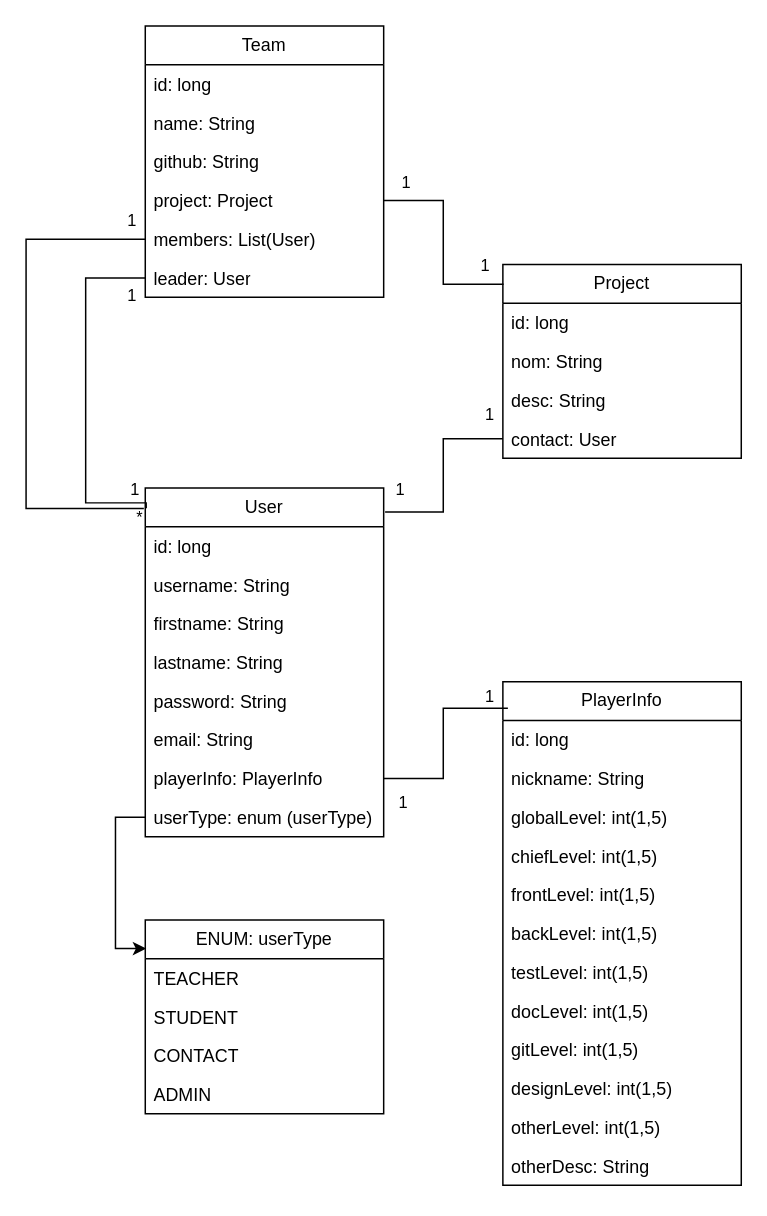
Before: docs/SAE s5 diagrams.drawio in IUT-Blagnac/sae-5-1-01-phase4-cafe-noisette, a draw.io diagram. Source tidied: cells renumbered, new cells numbered last; positions are measured from the earlier drawing's top-left corner, leaving out a move shared by most shapes. Both pictures are drawn from the tidied source at 149%, with x=0, y=0 at pixel (25, 25).
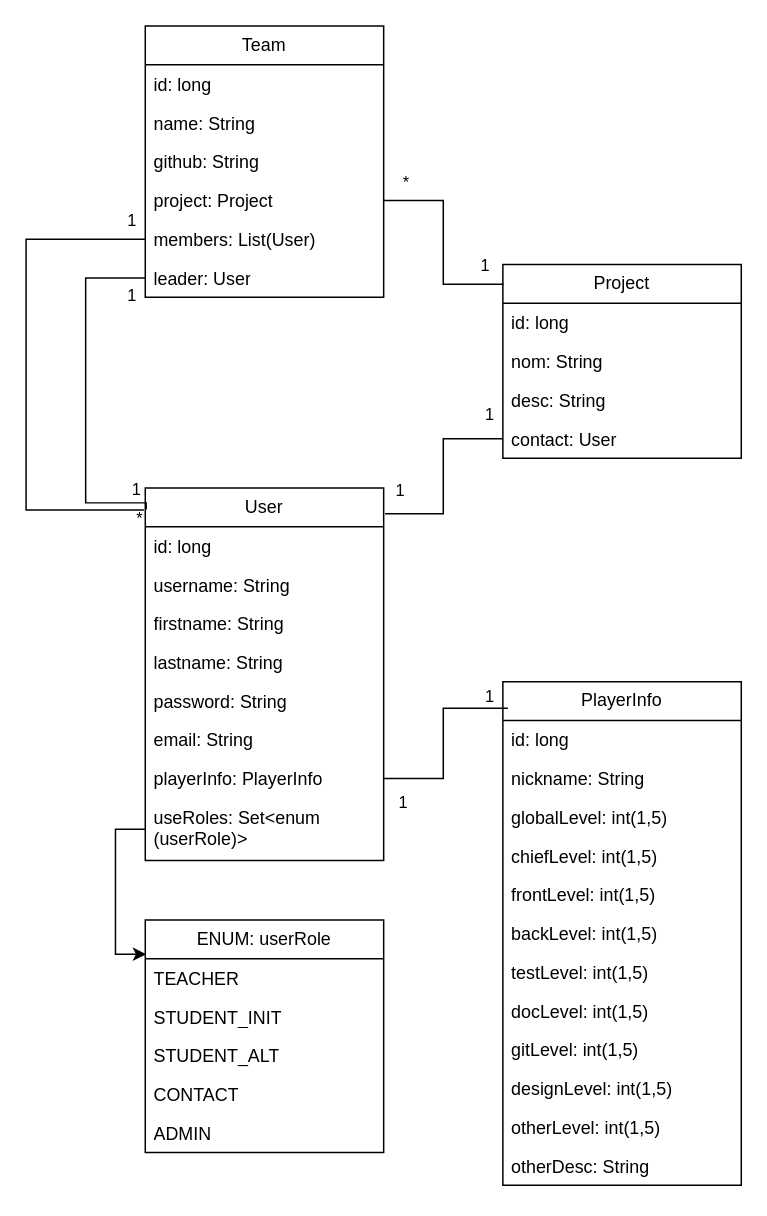
The same page after the edit.

The change refers to these unchanged cells:
```xml
<mxCell id="48" style="edgeStyle=orthogonalEdgeStyle;rounded=0;jettySize=auto;html=1;entryX=0.003;entryY=0.102;entryDx=0;entryDy=0;entryPerimeter=0;endArrow=none;endFill=0;" parent="1" edge="1" source="37" target="40">
  <mxGeometry relative="1" as="geometry" />
</mxCell>
```

The edit, as a diff of the source:
```diff
@@
     <mxCell id="2" value="User" style="swimlane;fontStyle=0;horizontal=1;startSize=26;fillColor=none;whiteSpace=wrap;html=1;" parent="1" vertex="1">
-      <mxGeometry x="80" y="310" width="160" height="234" as="geometry" />
+      <mxGeometry x="80" y="310" width="160" height="250" as="geometry" />
     </mxCell>
@@
-    <mxCell id="10" value="userType: enum (userType)" style="text;strokeColor=none;fillColor=none;align=left;verticalAlign=top;spacingLeft=4;spacingRight=4;overflow=hidden;points=[[0,0.5],[1,0.5]];portConstraint=eastwest;whiteSpace=wrap;html=1;" parent="2" vertex="1">
-      <mxGeometry y="208" width="160" height="26" as="geometry" />
+    <mxCell id="10" value="useRoles: Set&amp;lt;enum (userRole)&amp;gt;" style="text;strokeColor=none;fillColor=none;align=left;verticalAlign=top;spacingLeft=4;spacingRight=4;overflow=hidden;points=[[0,0.5],[1,0.5]];portConstraint=eastwest;whiteSpace=wrap;html=1;" parent="2" vertex="1">
+      <mxGeometry y="208" width="160" height="42" as="geometry" />
     </mxCell>
@@
-    <mxCell id="27" value="ENUM: userType" style="swimlane;fontStyle=0;horizontal=1;startSize=26;fillColor=none;whiteSpace=wrap;html=1;" parent="1" vertex="1">
-      <mxGeometry x="80" y="600" width="160" height="130" as="geometry" />
+    <mxCell id="27" value="ENUM: userRole" style="swimlane;fontStyle=0;horizontal=1;startSize=26;fillColor=none;whiteSpace=wrap;html=1;" parent="1" vertex="1">
+      <mxGeometry x="80" y="600" width="160" height="156" as="geometry" />
     </mxCell>
@@
-    <mxCell id="29" value="STUDENT" style="text;strokeColor=none;fillColor=none;align=left;verticalAlign=top;spacingLeft=4;spacingRight=4;overflow=hidden;whiteSpace=wrap;html=1;" parent="27" vertex="1">
+    <mxCell id="29" value="STUDENT_INIT" style="text;strokeColor=none;fillColor=none;align=left;verticalAlign=top;spacingLeft=4;spacingRight=4;overflow=hidden;whiteSpace=wrap;html=1;" parent="27" vertex="1">
       <mxGeometry y="52" width="160" height="26" as="geometry" />
     </mxCell>
+    <mxCell id="57" value="STUDENT_ALT" style="text;strokeColor=none;fillColor=none;align=left;verticalAlign=top;spacingLeft=4;spacingRight=4;overflow=hidden;whiteSpace=wrap;html=1;" parent="27" vertex="1">
+      <mxGeometry y="78" width="160" height="26" as="geometry" />
+    </mxCell>
     <mxCell id="30" value="CONTACT" style="text;strokeColor=none;fillColor=none;align=left;verticalAlign=top;spacingLeft=4;spacingRight=4;overflow=hidden;whiteSpace=wrap;html=1;" parent="27" vertex="1">
-      <mxGeometry y="78" width="160" height="26" as="geometry" />
+      <mxGeometry y="104" width="160" height="26" as="geometry" />
     </mxCell>
     <mxCell id="31" value="ADMIN" style="text;strokeColor=none;fillColor=none;align=left;verticalAlign=top;spacingLeft=4;spacingRight=4;overflow=hidden;whiteSpace=wrap;html=1;" parent="27" vertex="1">
-      <mxGeometry y="104" width="160" height="26" as="geometry" />
+      <mxGeometry y="130" width="160" height="26" as="geometry" />
     </mxCell>
@@
-    <mxCell id="49" value="1" style="edgeLabel;html=1;align=center;verticalAlign=middle;" parent="48" vertex="1">
+    <mxCell id="49" value="*" style="edgeLabel;html=1;align=center;verticalAlign=middle;" parent="48" vertex="1">
       <mxGeometry x="-0.8" y="1" relative="1" as="geometry">
         <mxPoint y="-12" as="offset" />
       </mxGeometry>
     </mxCell>
```
